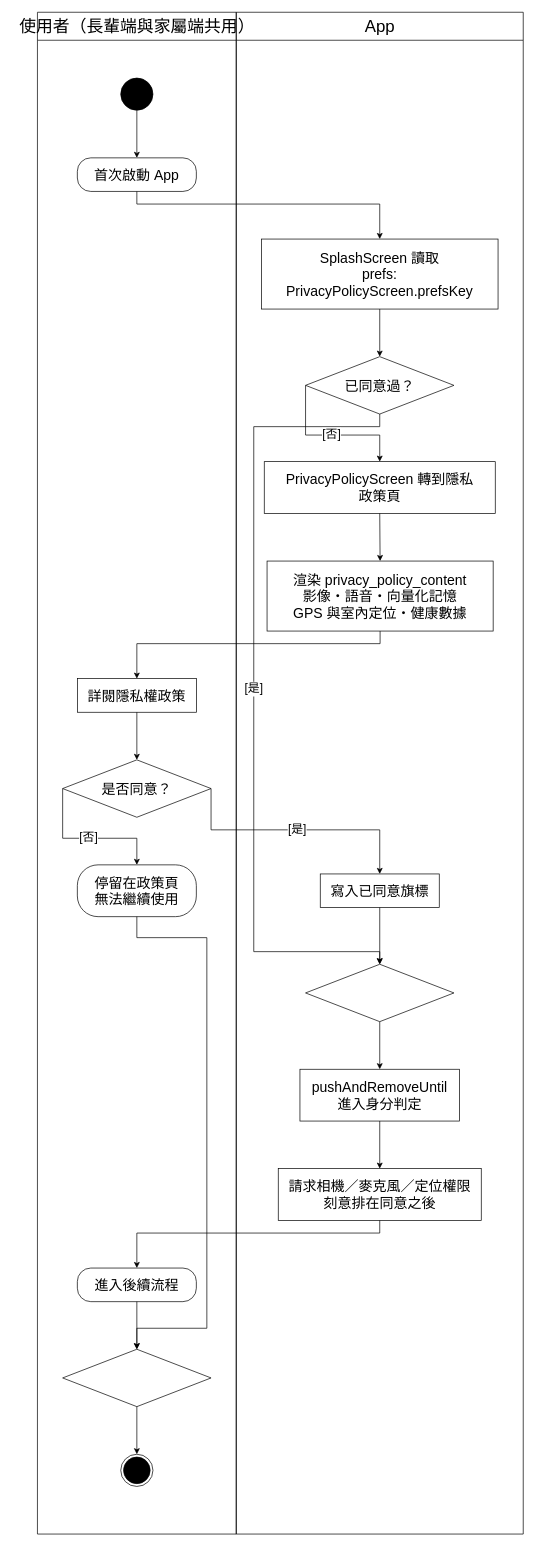
Earlier version of the draw.io diagram Uban System Documents/drawio圖/A10-隱私同意.drawio (HuangYu-Kai/Uban). Source tidied: cells renumbered, new cells numbered last; positions are measured from the earlier drawing's top-left corner, leaving out a move shared by most shapes. Both pictures are drawn from the tidied source at 70%, with x=0, y=0 at pixel (37, 12).
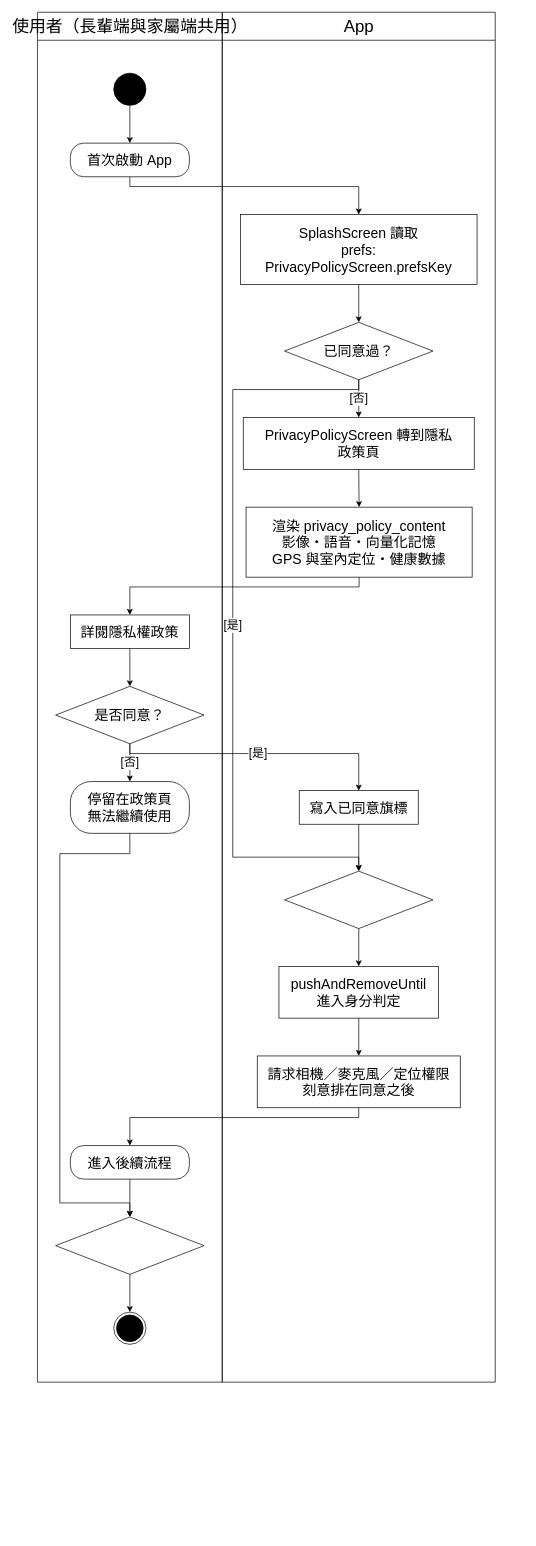
Above is the later version.

What changed in the source:
```diff
@@
     <mxCell id="2" value="使用者（長輩端與家屬端共用）" style="swimlane;html=1;horizontal=1;startSize=40;fillColor=none;strokeColor=#000000;fontSize=24;fontColor=#000000;fontStyle=0;swimlaneFillColor=none;" parent="1" vertex="1">
-      <mxGeometry width="284" height="2174" as="geometry" />
+      <mxGeometry width="264" height="1957" as="geometry" />
     </mxCell>
     <mxCell id="3" value="App" style="swimlane;html=1;horizontal=1;startSize=40;fillColor=none;strokeColor=#000000;fontSize=24;fontColor=#000000;fontStyle=0;swimlaneFillColor=none;" parent="1" vertex="1">
-      <mxGeometry x="284" width="410" height="2174" as="geometry" />
+      <mxGeometry x="264" width="390" height="1957" as="geometry" />
     </mxCell>
     <mxCell id="4" style="ellipse;html=1;fillColor=#000000;strokeColor=#000000;" parent="2" vertex="1">
-      <mxGeometry x="119" y="94" width="46" height="46" as="geometry" />
+      <mxGeometry x="109" y="87" width="46" height="46" as="geometry" />
     </mxCell>
     <mxCell id="5" value="首次啟動 App" style="rounded=1;arcSize=40;whiteSpace=wrap;html=1;fillColor=#FFFFFF;strokeColor=#000000;fontSize=20;fontColor=#000000;" parent="2" vertex="1">
-      <mxGeometry x="57" y="208" width="170" height="48" as="geometry" />
+      <mxGeometry x="47" y="187" width="170" height="48" as="geometry" />
     </mxCell>
     <mxCell id="6" value="詳閱隱私權政策" style="rounded=0;whiteSpace=wrap;html=1;fillColor=#FFFFFF;strokeColor=#000000;fontSize=20;fontColor=#000000;" parent="2" vertex="1">
-      <mxGeometry x="57" y="952" width="170" height="48" as="geometry" />
+      <mxGeometry x="47" y="861" width="170" height="48" as="geometry" />
     </mxCell>
     <mxCell id="7" value="是否同意？" style="rhombus;whiteSpace=wrap;html=1;fillColor=#FFFFFF;strokeColor=#000000;fontSize=20;fontColor=#000000;" parent="2" vertex="1">
-      <mxGeometry x="36" y="1068" width="212" height="82" as="geometry" />
+      <mxGeometry x="26" y="963" width="212" height="82" as="geometry" />
     </mxCell>
     <mxCell id="8" value="進入後續流程" style="rounded=1;arcSize=40;whiteSpace=wrap;html=1;fillColor=#FFFFFF;strokeColor=#000000;fontSize=20;fontColor=#000000;" parent="2" vertex="1">
-      <mxGeometry x="57" y="1794" width="170" height="48" as="geometry" />
+      <mxGeometry x="47" y="1619" width="170" height="48" as="geometry" />
     </mxCell>
     <mxCell id="9" value="停留在政策頁&lt;br&gt;無法繼續使用" style="rounded=1;arcSize=40;whiteSpace=wrap;html=1;fillColor=#FFFFFF;strokeColor=#000000;fontSize=20;fontColor=#000000;" parent="2" vertex="1">
-      <mxGeometry x="57" y="1218" width="170" height="74" as="geometry" />
+      <mxGeometry x="47" y="1099" width="170" height="74" as="geometry" />
     </mxCell>
     <mxCell id="10" style="rhombus;whiteSpace=wrap;html=1;fillColor=#FFFFFF;strokeColor=#000000;fontSize=20;fontColor=#000000;" parent="2" vertex="1">
-      <mxGeometry x="36" y="1910" width="212" height="82" as="geometry" />
+      <mxGeometry x="26" y="1721" width="212" height="82" as="geometry" />
     </mxCell>
     <mxCell id="11" style="ellipse;html=1;shape=endState;fillColor=#000000;strokeColor=#000000;" parent="2" vertex="1">
-      <mxGeometry x="119" y="2060" width="46" height="46" as="geometry" />
+      <mxGeometry x="109" y="1857" width="46" height="46" as="geometry" />
     </mxCell>
     <mxCell id="12" value="SplashScreen 讀取&lt;br&gt;prefs:&lt;br&gt;PrivacyPolicyScreen.prefsKey" style="rounded=0;whiteSpace=wrap;html=1;fillColor=#FFFFFF;strokeColor=#000000;fontSize=20;fontColor=#000000;" parent="3" vertex="1">
-      <mxGeometry x="36" y="324" width="338" height="100" as="geometry" />
+      <mxGeometry x="26" y="289" width="338" height="100" as="geometry" />
     </mxCell>
     <mxCell id="13" value="已同意過？" style="rhombus;whiteSpace=wrap;html=1;fillColor=#FFFFFF;strokeColor=#000000;fontSize=20;fontColor=#000000;" parent="3" vertex="1">
-      <mxGeometry x="99" y="492" width="212" height="82" as="geometry" />
+      <mxGeometry x="89" y="443" width="212" height="82" as="geometry" />
     </mxCell>
     <mxCell id="14" value="PrivacyPolicyScreen 轉到隱私&lt;br&gt;政策頁" style="rounded=0;whiteSpace=wrap;html=1;fillColor=#FFFFFF;strokeColor=#000000;fontSize=20;fontColor=#000000;" parent="3" vertex="1">
-      <mxGeometry x="40" y="642" width="330" height="74" as="geometry" />
+      <mxGeometry x="30" y="579" width="330" height="74" as="geometry" />
     </mxCell>
     <mxCell id="15" value="渲染 privacy_policy_content&lt;br&gt;影像・語音・向量化記憶&lt;br&gt;GPS 與室內定位・健康數據" style="rounded=0;whiteSpace=wrap;html=1;fillColor=#FFFFFF;strokeColor=#000000;fontSize=20;fontColor=#000000;" parent="3" vertex="1">
-      <mxGeometry x="44" y="784" width="323" height="100" as="geometry" />
+      <mxGeometry x="34" y="707" width="323" height="100" as="geometry" />
     </mxCell>
     <mxCell id="16" value="寫入已同意旗標" style="rounded=0;whiteSpace=wrap;html=1;fillColor=#FFFFFF;strokeColor=#000000;fontSize=20;fontColor=#000000;" parent="3" vertex="1">
-      <mxGeometry x="120" y="1231" width="170" height="48" as="geometry" />
+      <mxGeometry x="110" y="1112" width="170" height="48" as="geometry" />
     </mxCell>
     <mxCell id="17" value="pushAndRemoveUntil&lt;br&gt;進入身分判定" style="rounded=0;whiteSpace=wrap;html=1;fillColor=#FFFFFF;strokeColor=#000000;fontSize=20;fontColor=#000000;" parent="3" vertex="1">
-      <mxGeometry x="91" y="1510" width="228" height="74" as="geometry" />
+      <mxGeometry x="81" y="1363" width="228" height="74" as="geometry" />
     </mxCell>
     <mxCell id="18" value="請求相機／麥克風／定位權限&lt;br&gt;刻意排在同意之後" style="rounded=0;whiteSpace=wrap;html=1;fillColor=#FFFFFF;strokeColor=#000000;fontSize=20;fontColor=#000000;" parent="3" vertex="1">
-      <mxGeometry x="60" y="1652" width="290" height="74" as="geometry" />
+      <mxGeometry x="50" y="1491" width="290" height="74" as="geometry" />
     </mxCell>
     <mxCell id="19" style="rhombus;whiteSpace=wrap;html=1;fillColor=#FFFFFF;strokeColor=#000000;fontSize=20;fontColor=#000000;" parent="3" vertex="1">
-      <mxGeometry x="99" y="1360" width="212" height="82" as="geometry" />
+      <mxGeometry x="89" y="1227" width="212" height="82" as="geometry" />
     </mxCell>
@@
     <mxCell id="21" style="edgeStyle=none;rounded=0;html=1;strokeColor=#000000;fontSize=17;fontColor=#000000;labelBackgroundColor=#FFFFFF;endArrow=classic;endFill=1;exitPerimeter=0;entryPerimeter=0;exitX=0.5;exitY=1;exitDx=0;exitDy=0;entryX=0.5;entryY=0;entryDx=0;entryDy=0;" parent="1" edge="1" source="5" target="12">
       <mxGeometry relative="1" as="geometry">
         <Array as="points">
-          <mxPoint x="142" y="274" />
-          <mxPoint x="489" y="274" />
+          <mxPoint x="132" y="249" />
+          <mxPoint x="459" y="249" />
         </Array>
       </mxGeometry>
     </mxCell>
@@
     <mxCell id="23" value="[是]" style="edgeStyle=none;rounded=0;html=1;strokeColor=#000000;fontSize=17;fontColor=#000000;labelBackgroundColor=#FFFFFF;endArrow=classic;endFill=1;exitPerimeter=0;entryPerimeter=0;exitX=0.5;exitY=1;exitDx=0;exitDy=0;entryX=0.5;entryY=0;entryDx=0;entryDy=0;" parent="1" edge="1" source="13" target="19">
       <mxGeometry relative="1" as="geometry">
         <Array as="points">
-          <mxPoint x="489" y="592" />
-          <mxPoint x="309" y="592" />
-          <mxPoint x="309" y="1342" />
-          <mxPoint x="489" y="1342" />
+          <mxPoint x="459" y="539" />
+          <mxPoint x="279" y="539" />
+          <mxPoint x="279" y="1207" />
+          <mxPoint x="459" y="1207" />
         </Array>
       </mxGeometry>
     </mxCell>
-    <mxCell id="24" value="[否]" style="edgeStyle=none;rounded=0;html=1;strokeColor=#000000;fontSize=17;fontColor=#000000;labelBackgroundColor=#FFFFFF;endArrow=classic;endFill=1;exitPerimeter=0;entryPerimeter=0;exitX=0;exitY=0.5;exitDx=0;exitDy=0;entryX=0.5;entryY=0;entryDx=0;entryDy=0;" parent="1" edge="1" source="13" target="14">
-      <mxGeometry relative="1" as="geometry">
-        <Array as="points">
-          <mxPoint x="383" y="604" />
-          <mxPoint x="489" y="604" />
-        </Array>
-      </mxGeometry>
+    <mxCell id="24" value="[否]" style="edgeStyle=none;rounded=0;html=1;strokeColor=#000000;fontSize=17;fontColor=#000000;labelBackgroundColor=#FFFFFF;endArrow=classic;endFill=1;exitPerimeter=0;entryPerimeter=0;exitX=0.5;exitY=1;exitDx=0;exitDy=0;entryX=0.5;entryY=0;entryDx=0;entryDy=0;" parent="1" edge="1" source="13" target="14">
+      <mxGeometry relative="1" as="geometry" />
     </mxCell>
@@
     <mxCell id="26" style="edgeStyle=none;rounded=0;html=1;strokeColor=#000000;fontSize=17;fontColor=#000000;labelBackgroundColor=#FFFFFF;endArrow=classic;endFill=1;exitPerimeter=0;entryPerimeter=0;exitX=0.5;exitY=1;exitDx=0;exitDy=0;entryX=0.5;entryY=0;entryDx=0;entryDy=0;" parent="1" edge="1" source="15" target="6">
       <mxGeometry relative="1" as="geometry">
         <Array as="points">
-          <mxPoint x="489.5" y="902" />
-          <mxPoint x="142" y="902" />
+          <mxPoint x="459.5" y="821" />
+          <mxPoint x="132" y="821" />
         </Array>
       </mxGeometry>
     </mxCell>
@@
-    <mxCell id="28" value="[否]" style="edgeStyle=none;rounded=0;html=1;strokeColor=#000000;fontSize=17;fontColor=#000000;labelBackgroundColor=#FFFFFF;endArrow=classic;endFill=1;exitPerimeter=0;entryPerimeter=0;exitX=0;exitY=0.5;exitDx=0;exitDy=0;entryX=0.5;entryY=0;entryDx=0;entryDy=0;" parent="1" edge="1" source="7" target="9">
-      <mxGeometry relative="1" as="geometry">
-        <Array as="points">
-          <mxPoint x="36" y="1180" />
-          <mxPoint x="142" y="1180" />
-        </Array>
-      </mxGeometry>
+    <mxCell id="28" value="[否]" style="edgeStyle=none;rounded=0;html=1;strokeColor=#000000;fontSize=17;fontColor=#000000;labelBackgroundColor=#FFFFFF;endArrow=classic;endFill=1;exitPerimeter=0;entryPerimeter=0;exitX=0.5;exitY=1;exitDx=0;exitDy=0;entryX=0.5;entryY=0;entryDx=0;entryDy=0;" parent="1" edge="1" source="7" target="9">
+      <mxGeometry relative="1" as="geometry" />
     </mxCell>
-    <mxCell id="29" value="[是]" style="edgeStyle=none;rounded=0;html=1;strokeColor=#000000;fontSize=17;fontColor=#000000;labelBackgroundColor=#FFFFFF;endArrow=classic;endFill=1;exitPerimeter=0;entryPerimeter=0;exitX=1;exitY=0.5;exitDx=0;exitDy=0;entryX=0.5;entryY=0;entryDx=0;entryDy=0;" parent="1" edge="1" source="7" target="16">
+    <mxCell id="29" value="[是]" style="edgeStyle=none;rounded=0;html=1;strokeColor=#000000;fontSize=17;fontColor=#000000;labelBackgroundColor=#FFFFFF;endArrow=classic;endFill=1;exitPerimeter=0;entryPerimeter=0;exitX=0.5;exitY=1;exitDx=0;exitDy=0;entryX=0.5;entryY=0;entryDx=0;entryDy=0;" parent="1" edge="1" source="7" target="16">
       <mxGeometry relative="1" as="geometry">
         <Array as="points">
-          <mxPoint x="248" y="1168" />
-          <mxPoint x="489" y="1168" />
+          <mxPoint x="132" y="1059" />
+          <mxPoint x="459" y="1059" />
         </Array>
       </mxGeometry>
     </mxCell>
@@
     <mxCell id="32" style="edgeStyle=none;rounded=0;html=1;strokeColor=#000000;fontSize=17;fontColor=#000000;labelBackgroundColor=#FFFFFF;endArrow=classic;endFill=1;exitPerimeter=0;entryPerimeter=0;exitX=0.5;exitY=1;exitDx=0;exitDy=0;entryX=0.5;entryY=0;entryDx=0;entryDy=0;" parent="1" edge="1" source="18" target="8">
       <mxGeometry relative="1" as="geometry">
         <Array as="points">
-          <mxPoint x="489" y="1744" />
-          <mxPoint x="142" y="1744" />
+          <mxPoint x="459" y="1579" />
+          <mxPoint x="132" y="1579" />
         </Array>
       </mxGeometry>
     </mxCell>
@@
     <mxCell id="34" style="edgeStyle=none;rounded=0;html=1;strokeColor=#000000;fontSize=17;fontColor=#000000;labelBackgroundColor=#FFFFFF;endArrow=classic;endFill=1;exitPerimeter=0;entryPerimeter=0;exitX=0.5;exitY=1;exitDx=0;exitDy=0;entryX=0.5;entryY=0;entryDx=0;entryDy=0;" parent="1" edge="1" source="9" target="10">
       <mxGeometry relative="1" as="geometry">
         <Array as="points">
-          <mxPoint x="142" y="1322" />
-          <mxPoint x="242" y="1322" />
-          <mxPoint x="242" y="1880" />
-          <mxPoint x="142" y="1880" />
+          <mxPoint x="132" y="1202" />
+          <mxPoint x="32" y="1202" />
+          <mxPoint x="32" y="1701" />
+          <mxPoint x="132" y="1701" />
         </Array>
       </mxGeometry>
     </mxCell>
```
